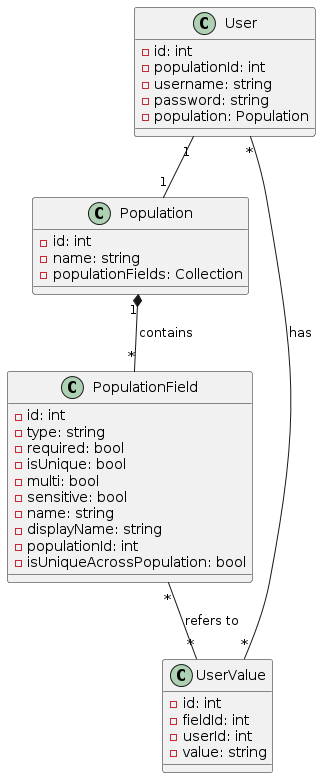
Above: user-manager.png in arturhayne/user-manager (PlantUML), before the change.
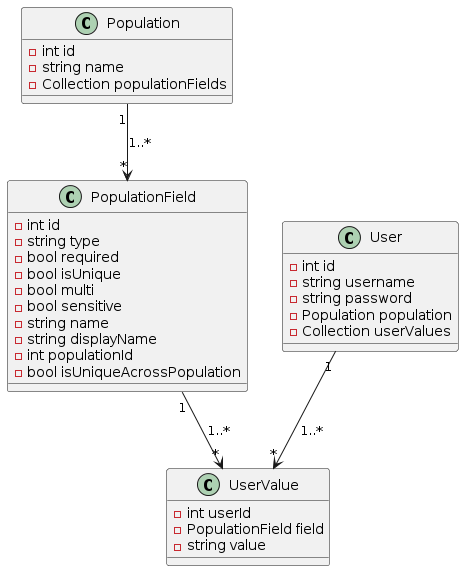
The same file after the commit.

Change to the diagram source:
```diff
@@ -1,43 +1,40 @@
 @startuml
 class Population {
-    - id: int
-    - name: string
-    - populationFields: Collection
+    - int id
+    - string name
+    - Collection populationFields
+}
+
+class PopulationField {
+    - int id
+    - string type
+    - bool required
+    - bool isUnique
+    - bool multi
+    - bool sensitive
+    - string name
+    - string displayName
+    - int populationId
+    - bool isUniqueAcrossPopulation
+}
+
+class User {
+    - int id
+    - string username
+    - string password
+    - Population population
+    - Collection userValues
 }
 
 class UserValue {
-    - id: int
-    - fieldId: int
-    - userId: int
-    - value: string
-}
-
-class PopulationField {
-    - id: int
-    - type: string
-    - required: bool
-    - isUnique: bool
-    - multi: bool
-    - sensitive: bool
-    - name: string
-    - displayName: string
-    - populationId: int
-    - isUniqueAcrossPopulation: bool
-}
-
-class User {
-    - id: int
-    - populationId: int
-    - username: string
-    - password: string
-    - population: Population
-
+    - int userId
+    - PopulationField field
+    - string value
 }
 
 
 
-Population "1" *-- "*" PopulationField : contains
-User "1" -- "1" Population
-User "*" -- "*" UserValue : has
-PopulationField "*" -- "*" UserValue : refers to
+PopulationField "1" --> "*" UserValue : 1..*
+Population "1" --> "*" PopulationField : 1..*
+User "1" --> "*" UserValue : 1..*
 @enduml
```
